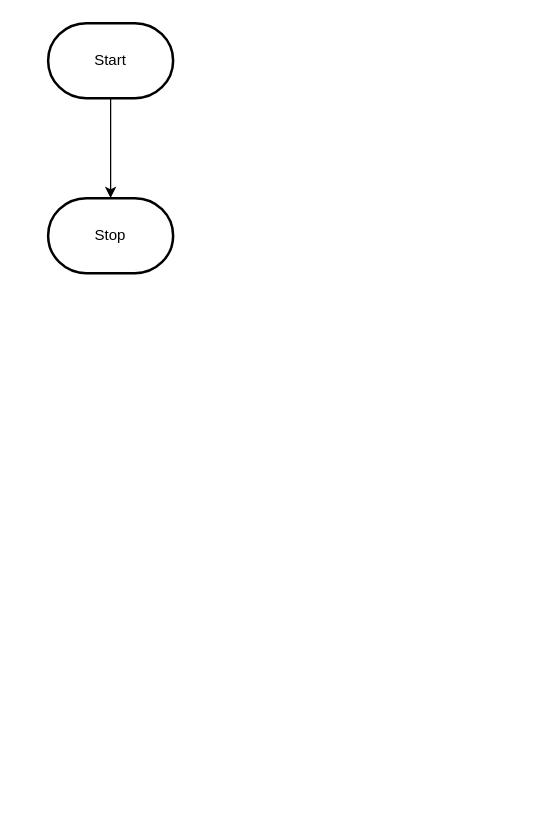
Above: design/flowchart.drawio in MTHS-ICD2O-1-2023/ICD2O-Unit-5-08-Adam-Batiuk (draw.io), before the change. Source tidied: cells renumbered, new cells numbered last; positions are measured from the earlier drawing's top-left corner, leaving out a move shared by most shapes. Both pictures are drawn from the tidied source at 125%, with x=0, y=0 at pixel (48, 22).
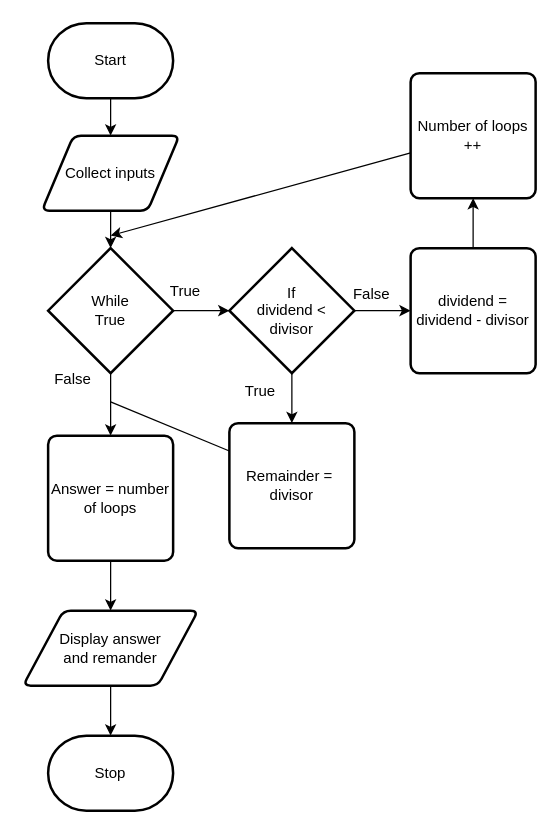
After the change.

The change refers to these unchanged cells:
```xml
<mxCell id="3" value="Start" style="strokeWidth=2;html=1;shape=mxgraph.flowchart.terminator;whiteSpace=wrap;" parent="1" vertex="1">
  <mxGeometry width="100" height="60" as="geometry" />
</mxCell>
```

The edit, as a diff of the source:
```diff
@@
-    <mxCell id="2" style="edgeStyle=orthogonalEdgeStyle;html=1;rounded=0;" parent="1" edge="1" source="3" target="4">
-      <mxGeometry relative="1" as="geometry" />
-    </mxCell>
+    <mxCell id="5" style="edgeStyle=none;html=1;" parent="1" edge="1" source="3" target="2">
+      <mxGeometry relative="1" as="geometry" />
+    </mxCell>
@@
     <mxCell id="4" value="Stop" style="strokeWidth=2;html=1;shape=mxgraph.flowchart.terminator;whiteSpace=wrap;" parent="1" vertex="1">
-      <mxGeometry y="140" width="100" height="60" as="geometry" />
+      <mxGeometry y="570" width="100" height="60" as="geometry" />
     </mxCell>
+    <mxCell id="6" style="edgeStyle=none;html=1;" parent="1" edge="1" source="2" target="9">
+      <mxGeometry relative="1" as="geometry" />
+    </mxCell>
+    <mxCell id="2" value="Collect inputs" style="shape=parallelogram;html=1;strokeWidth=2;perimeter=parallelogramPerimeter;whiteSpace=wrap;rounded=1;arcSize=12;size=0.23;" parent="1" vertex="1">
+      <mxGeometry x="-5" y="90" width="110" height="60" as="geometry" />
+    </mxCell>
+    <mxCell id="7" style="edgeStyle=none;html=1;" parent="1" edge="1" source="9" target="12">
+      <mxGeometry relative="1" as="geometry" />
+    </mxCell>
+    <mxCell id="8" style="edgeStyle=none;html=1;" parent="1" edge="1" source="9" target="22">
+      <mxGeometry relative="1" as="geometry" />
+    </mxCell>
+    <mxCell id="9" value="While&lt;br&gt;True" style="strokeWidth=2;html=1;shape=mxgraph.flowchart.decision;whiteSpace=wrap;" parent="1" vertex="1">
+      <mxGeometry y="180" width="100" height="100" as="geometry" />
+    </mxCell>
+    <mxCell id="10" style="edgeStyle=none;html=1;" parent="1" edge="1" source="12" target="15">
+      <mxGeometry relative="1" as="geometry" />
+    </mxCell>
+    <mxCell id="11" style="edgeStyle=none;html=1;" parent="1" edge="1" source="12" target="18">
+      <mxGeometry relative="1" as="geometry" />
+    </mxCell>
+    <mxCell id="12" value="If&lt;br&gt;dividend &amp;lt; &lt;br&gt;divisor" style="strokeWidth=2;html=1;shape=mxgraph.flowchart.decision;whiteSpace=wrap;" parent="1" vertex="1">
+      <mxGeometry x="145" y="180" width="100" height="100" as="geometry" />
+    </mxCell>
+    <mxCell id="13" value="True" style="text;html=1;strokeColor=none;fillColor=none;align=center;verticalAlign=middle;whiteSpace=wrap;rounded=0;" parent="1" vertex="1">
+      <mxGeometry x="80" y="200" width="60" height="30" as="geometry" />
+    </mxCell>
+    <mxCell id="14" style="edgeStyle=none;html=1;startArrow=none;" parent="1" edge="1" source="26">
+      <mxGeometry relative="1" as="geometry">
+        <mxPoint x="50" y="300" as="targetPoint" />
+      </mxGeometry>
+    </mxCell>
+    <mxCell id="15" value="Remainder =&amp;nbsp;&lt;br&gt;divisor" style="rounded=1;whiteSpace=wrap;html=1;absoluteArcSize=1;arcSize=14;strokeWidth=2;" parent="1" vertex="1">
+      <mxGeometry x="145" y="320" width="100" height="100" as="geometry" />
+    </mxCell>
+    <mxCell id="16" value="True" style="text;html=1;strokeColor=none;fillColor=none;align=center;verticalAlign=middle;whiteSpace=wrap;rounded=0;" parent="1" vertex="1">
+      <mxGeometry x="140" y="280" width="60" height="30" as="geometry" />
+    </mxCell>
+    <mxCell id="17" style="edgeStyle=none;html=1;" parent="1" edge="1" source="18" target="20">
+      <mxGeometry relative="1" as="geometry" />
+    </mxCell>
+    <mxCell id="18" value="dividend = dividend - divisor" style="rounded=1;whiteSpace=wrap;html=1;absoluteArcSize=1;arcSize=14;strokeWidth=2;" parent="1" vertex="1">
+      <mxGeometry x="290" y="180" width="100" height="100" as="geometry" />
+    </mxCell>
+    <mxCell id="19" style="edgeStyle=none;html=1;" parent="1" edge="1" source="20">
+      <mxGeometry relative="1" as="geometry">
+        <mxPoint x="50" y="170" as="targetPoint" />
+      </mxGeometry>
+    </mxCell>
+    <mxCell id="20" value="Number of loops ++" style="rounded=1;whiteSpace=wrap;html=1;absoluteArcSize=1;arcSize=14;strokeWidth=2;" parent="1" vertex="1">
+      <mxGeometry x="290" y="40" width="100" height="100" as="geometry" />
+    </mxCell>
+    <mxCell id="21" style="edgeStyle=none;html=1;" parent="1" edge="1" source="22" target="24">
+      <mxGeometry relative="1" as="geometry" />
+    </mxCell>
+    <mxCell id="22" value="Answer = number of loops" style="rounded=1;whiteSpace=wrap;html=1;absoluteArcSize=1;arcSize=14;strokeWidth=2;" parent="1" vertex="1">
+      <mxGeometry y="330" width="100" height="100" as="geometry" />
+    </mxCell>
+    <mxCell id="23" style="edgeStyle=none;html=1;" parent="1" edge="1" source="24" target="4">
+      <mxGeometry relative="1" as="geometry" />
+    </mxCell>
+    <mxCell id="24" value="Display answer &lt;br&gt;and remander" style="shape=parallelogram;html=1;strokeWidth=2;perimeter=parallelogramPerimeter;whiteSpace=wrap;rounded=1;arcSize=12;size=0.23;" parent="1" vertex="1">
+      <mxGeometry x="-20" y="470" width="140" height="60" as="geometry" />
+    </mxCell>
+    <mxCell id="25" style="edgeStyle=none;html=1;endArrow=none;" parent="1" edge="1">
+      <mxGeometry relative="1" as="geometry">
+        <mxPoint x="145" y="342.3" as="sourcePoint" />
+        <mxPoint x="50" y="303" as="targetPoint" />
+      </mxGeometry>
+    </mxCell>
+    <mxCell id="26" value="False" style="text;html=1;strokeColor=none;fillColor=none;align=center;verticalAlign=middle;whiteSpace=wrap;rounded=0;" parent="1" vertex="1">
+      <mxGeometry x="-10" y="270" width="60" height="30" as="geometry" />
+    </mxCell>
+    <mxCell id="27" value="False" style="text;html=1;strokeColor=none;fillColor=none;align=center;verticalAlign=middle;whiteSpace=wrap;rounded=0;" parent="1" vertex="1">
+      <mxGeometry x="229" y="202" width="60" height="30" as="geometry" />
+    </mxCell>
```
